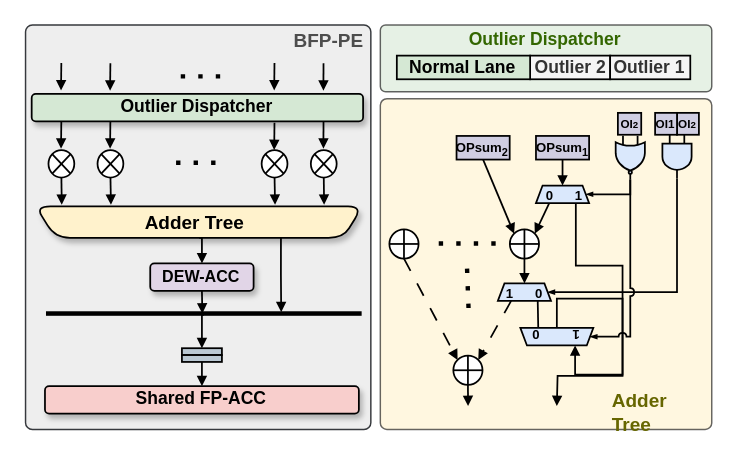
The draw.io diagram research1/architecture/top2_dewa_fpacc_architecture.drawio in akira2963753/research-space, before the edit. Source tidied: cells renumbered, new cells numbered last; positions are measured from the earlier drawing's top-left corner, leaving out a move shared by most shapes. Both pictures are drawn from the tidied source at 146%, with x=0, y=0 at pixel (25, 25).
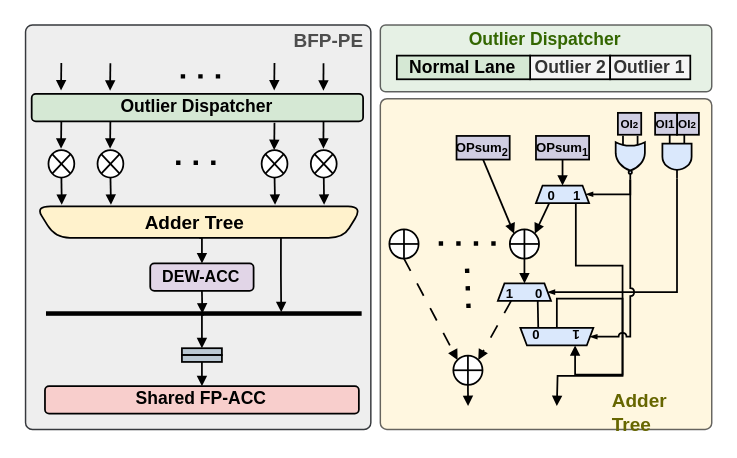
The same diagram, later.

What changed in the source:
```diff
@@
-    <mxCell id="9" value="&lt;font style=&quot;font-size: 9px;&quot;&gt;&lt;b style=&quot;&quot;&gt;&amp;nbsp;0&amp;nbsp; &amp;nbsp; &amp;nbsp; 1&lt;/b&gt;&lt;/font&gt;" style="shape=trapezoid;perimeter=trapezoidPerimeter;whiteSpace=wrap;html=1;fixedSize=1;size=4.5172624259159875;rotation=0;fillColor=#dae8fc;strokeColor=default;strokeWidth=1.2;fontFamily= EB Garamond ;" parent="1" vertex="1">
+    <mxCell id="9" value="&lt;font style=&quot;font-size: 9px;&quot;&gt;&lt;b style=&quot;&quot;&gt;&amp;nbsp;0&amp;nbsp; &amp;nbsp; &amp;nbsp;1&lt;/b&gt;&lt;/font&gt;" style="shape=trapezoid;perimeter=trapezoidPerimeter;whiteSpace=wrap;html=1;fixedSize=1;size=4.5172624259159875;rotation=0;fillColor=#dae8fc;strokeColor=default;strokeWidth=1.2;fontFamily= EB Garamond ;align=center;" parent="1" vertex="1">
       <mxGeometry x="349.6" y="109.6" width="36.4" height="12" as="geometry" />
     </mxCell>
@@
-    <mxCell id="43" value="&lt;font style=&quot;font-size: 11px;&quot;&gt;DEW-ACC&lt;/font&gt;" style="rounded=1;whiteSpace=wrap;html=1;fillColor=#e1d5e7;strokeColor=default;strokeWidth=1.2;fontFamily= EB Garamond ;fontStyle=1;shadow=1;" parent="1" vertex="1">
+    <mxCell id="43" value="&lt;font style=&quot;font-size: 11px;&quot;&gt;DEW-ACC&lt;/font&gt;" style="rounded=1;whiteSpace=wrap;html=1;fillColor=#e1d5e7;strokeColor=default;strokeWidth=1.2;fontFamily= EB Garamond ;fontStyle=1;shadow=0;" parent="1" vertex="1">
       <mxGeometry x="85.4" y="162.9" width="70.8" height="18.8" as="geometry" />
     </mxCell>
-    <mxCell id="44" value="&lt;font&gt;Shared FP-ACC&lt;/font&gt;" style="rounded=1;whiteSpace=wrap;html=1;fillColor=#f8cecc;strokeColor=default;strokeWidth=1.2;fontFamily= EB Garamond ;fontStyle=1;shadow=1;" parent="1" vertex="1">
+    <mxCell id="44" value="&lt;font&gt;Shared FP-ACC&lt;/font&gt;" style="rounded=1;whiteSpace=wrap;html=1;fillColor=#f8cecc;strokeColor=default;strokeWidth=1.2;fontFamily= EB Garamond ;fontStyle=1;shadow=0;" parent="1" vertex="1">
       <mxGeometry x="13.3" y="247" width="215" height="18.8" as="geometry" />
     </mxCell>
@@
-    <mxCell id="50" value="&lt;span style=&quot;color: rgb(0, 0, 0); text-align: right;&quot;&gt;&lt;font&gt;Outlier Dispatcher&lt;/font&gt;&lt;/span&gt;" style="rounded=1;whiteSpace=wrap;html=1;fillColor=#d5e8d4;strokeColor=default;strokeWidth=1.2;fontFamily= EB Garamond ;fontStyle=1;shadow=1;" parent="1" vertex="1">
+    <mxCell id="50" value="&lt;span style=&quot;color: rgb(0, 0, 0); text-align: right;&quot;&gt;&lt;font&gt;Outlier Dispatcher&lt;/font&gt;&lt;/span&gt;" style="rounded=1;whiteSpace=wrap;html=1;fillColor=#d5e8d4;strokeColor=default;strokeWidth=1.2;fontFamily= EB Garamond ;fontStyle=1;shadow=0;" parent="1" vertex="1">
       <mxGeometry x="4.2" y="46.8" width="227" height="18.8" as="geometry" />
     </mxCell>
@@
-    <mxCell id="57" value="&lt;div&gt;&lt;br&gt;&lt;/div&gt;" style="shape=trapezoid;perimeter=trapezoidPerimeter;whiteSpace=wrap;html=1;shapeInside=1;fixedSize=1;rotation=-180;size=13.349999999999909;shadow=1;strokeWidth=1.2;fillColor=#fff2cc;strokeColor=default;rounded=1;fontFamily= EB Garamond ;" parent="1" vertex="1">
+    <mxCell id="57" value="&lt;div&gt;&lt;br&gt;&lt;/div&gt;" style="shape=trapezoid;perimeter=trapezoidPerimeter;whiteSpace=wrap;html=1;shapeInside=1;fixedSize=1;rotation=-180;size=13.349999999999909;shadow=0;strokeWidth=1.2;fillColor=#fff2cc;strokeColor=default;rounded=1;fontFamily= EB Garamond ;" parent="1" vertex="1">
       <mxGeometry x="7" y="123.8" width="223.9" height="21.6" as="geometry" />
     </mxCell>
```
